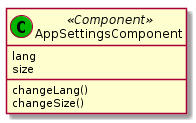
Above: out/doc/classes/AppSettingsComponent.png in clm2609/VirtualDJ (PlantUML), before the change.
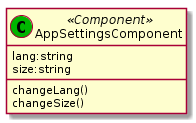
After the commit.

Diff of the diagram source:
```diff
@@ -1,7 +1,7 @@
 @startuml AppSettingsComponent
 class "AppSettingsComponent" as settings <<(C,#00b500) Component>>{
-    lang
-    size
+    lang:string
+    size:string
     changeLang()
     changeSize()
 }
```
